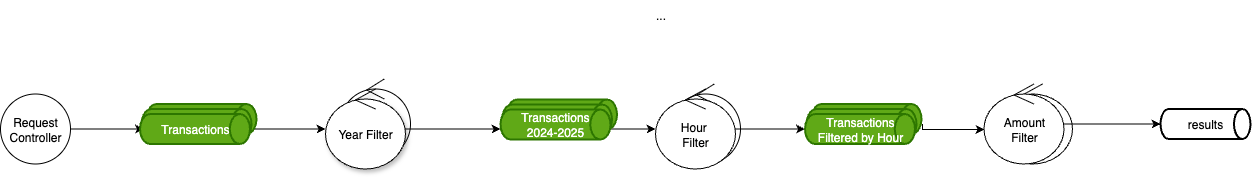
fiuba-distribuidos-2C2025/informe keeps this draw.io diagram as source/consulta1.png. Above is the earlier version. Source tidied: cells renumbered, new cells last; positions are measured from the earlier drawing's top-left corner, leaving out a move shared by most shapes.
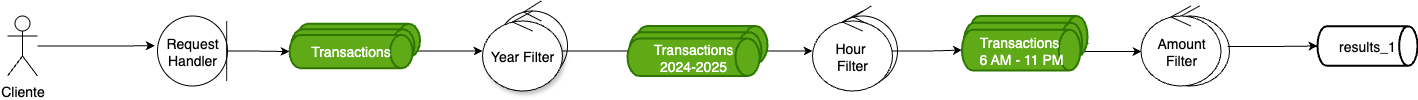
After the change.

The edit, as a diff of the source:
```diff
@@ -2,45 +2,43 @@
   <root>
     <mxCell id="0" />
     <mxCell id="1" parent="0" />
-    <mxCell id="2" style="whiteSpace=wrap;html=1;shape=umlControl;perimeter=ellipsePerimeter;" parent="1" vertex="1">
+    <mxCell id="2" style="whiteSpace=wrap;html=1;shape=umlControl;perimeter=ellipsePerimeter;fontSize=14;" parent="1" vertex="1">
       <mxGeometry x="992" y="84.5" width="80" height="80" as="geometry" />
     </mxCell>
-    <mxCell id="3" style="ellipse;shape=umlControl;whiteSpace=wrap;html=1;" parent="1" vertex="1">
+    <mxCell id="3" style="ellipse;shape=umlControl;whiteSpace=wrap;html=1;fontSize=14;" parent="1" vertex="1">
       <mxGeometry x="670" y="84.5" width="70" height="80" as="geometry" />
     </mxCell>
-    <mxCell id="4" style="ellipse;shape=umlControl;whiteSpace=wrap;html=1;" parent="1" vertex="1">
+    <mxCell id="4" style="ellipse;shape=umlControl;whiteSpace=wrap;html=1;fontSize=14;" parent="1" vertex="1">
       <mxGeometry x="340" y="79.5" width="70" height="80" as="geometry" />
     </mxCell>
-    <mxCell id="5" value="Request&lt;div&gt;Controller&lt;/div&gt;" style="ellipse;whiteSpace=wrap;html=1;" parent="1" vertex="1">
+    <mxCell id="5" value="Request&lt;div&gt;Handler&lt;/div&gt;" style="ellipse;whiteSpace=wrap;html=1;fontSize=14;" parent="1" vertex="1">
       <mxGeometry y="94.5" width="70" height="70" as="geometry" />
     </mxCell>
-    <mxCell id="6" style="endArrow=classic;html=1;rounded=0;exitX=1;exitY=0.5;exitDx=0;exitDy=0;entryX=0;entryY=0.5;entryDx=0;entryDy=0;entryPerimeter=0;edgeStyle=orthogonalEdgeStyle;" parent="1" edge="1" source="5">
-      <mxGeometry relative="1" as="geometry">
-        <mxPoint x="143.5" y="129.5" as="targetPoint" />
-      </mxGeometry>
+    <mxCell id="6" style="endArrow=classic;html=1;rounded=0;exitX=1;exitY=0.5;exitDx=0;exitDy=0;entryX=0;entryY=0.5;entryDx=0;entryDy=0;entryPerimeter=0;edgeStyle=orthogonalEdgeStyle;fontSize=14;" parent="1" edge="1" source="5" target="24">
+      <mxGeometry relative="1" as="geometry" />
     </mxCell>
-    <mxCell id="7" style="endArrow=classic;html=1;rounded=0;edgeStyle=orthogonalEdgeStyle;entryX=0;entryY=0.5;entryDx=0;entryDy=0;exitX=1;exitY=0.5;exitDx=0;exitDy=0;exitPerimeter=0;" parent="1" edge="1" target="8">
+    <mxCell id="7" style="endArrow=classic;html=1;rounded=0;edgeStyle=orthogonalEdgeStyle;entryX=0;entryY=0.5;entryDx=0;entryDy=0;exitX=1;exitY=0.5;exitDx=0;exitDy=0;exitPerimeter=0;fontSize=14;" parent="1" edge="1" target="8">
       <mxGeometry relative="1" as="geometry">
         <mxPoint x="253.5" y="129.5" as="sourcePoint" />
       </mxGeometry>
     </mxCell>
-    <mxCell id="8" value="Year Filter" style="whiteSpace=wrap;html=1;shadow=1;shape=umlControl;perimeter=ellipsePerimeter;" parent="1" vertex="1">
+    <mxCell id="8" value="Year Filter" style="whiteSpace=wrap;html=1;shadow=1;shape=umlControl;perimeter=ellipsePerimeter;fontSize=14;" parent="1" vertex="1">
       <mxGeometry x="325" y="89.5" width="80" height="80" as="geometry" />
     </mxCell>
-    <mxCell id="9" style="edgeStyle=orthogonalEdgeStyle;rounded=0;jettySize=auto;html=1;exitX=1;exitY=0.5;exitDx=0;exitDy=0;entryX=0;entryY=0.5;entryDx=0;entryDy=0;entryPerimeter=0;" parent="1" edge="1" source="8">
+    <mxCell id="9" style="edgeStyle=orthogonalEdgeStyle;rounded=0;jettySize=auto;html=1;exitX=1;exitY=0.5;exitDx=0;exitDy=0;entryX=0;entryY=0.5;entryDx=0;entryDy=0;entryPerimeter=0;fontSize=14;" parent="1" edge="1" source="8">
       <mxGeometry relative="1" as="geometry">
         <mxPoint x="500" y="129.5" as="targetPoint" />
       </mxGeometry>
     </mxCell>
-    <mxCell id="10" style="edgeStyle=orthogonalEdgeStyle;rounded=0;jettySize=auto;html=1;" parent="1" edge="1" target="15">
+    <mxCell id="10" style="edgeStyle=orthogonalEdgeStyle;rounded=0;jettySize=auto;html=1;fontSize=14;" parent="1" edge="1" target="15">
       <mxGeometry relative="1" as="geometry">
         <mxPoint x="610" y="129.5" as="sourcePoint" />
       </mxGeometry>
     </mxCell>
-    <mxCell id="11" value="Amount&lt;div&gt;Filter&lt;/div&gt;" style="whiteSpace=wrap;html=1;shape=umlControl;perimeter=ellipsePerimeter;" parent="1" vertex="1">
+    <mxCell id="11" value="Amount&lt;div&gt;Filter&lt;/div&gt;" style="whiteSpace=wrap;html=1;shape=umlControl;perimeter=ellipsePerimeter;fontSize=14;" parent="1" vertex="1">
       <mxGeometry x="983.5" y="84.5" width="80" height="80" as="geometry" />
     </mxCell>
-    <mxCell id="12" style="endArrow=classic;html=1;rounded=0;entryX=0.027;entryY=0.581;entryDx=0;entryDy=0;exitX=1.009;exitY=0.668;exitDx=0;exitDy=0;exitPerimeter=0;edgeStyle=orthogonalEdgeStyle;entryPerimeter=0;" parent="1" edge="1" source="19" target="11">
+    <mxCell id="12" style="endArrow=classic;html=1;rounded=0;entryX=0.027;entryY=0.581;entryDx=0;entryDy=0;exitX=1.009;exitY=0.668;exitDx=0;exitDy=0;exitPerimeter=0;edgeStyle=orthogonalEdgeStyle;entryPerimeter=0;fontSize=14;" parent="1" edge="1" source="18" target="11">
       <mxGeometry relative="1" as="geometry">
         <Array as="points">
           <mxPoint x="922" y="130" />
@@ -49,56 +47,67 @@
         </Array>
       </mxGeometry>
     </mxCell>
-    <mxCell id="13" style="endArrow=classic;html=1;rounded=0;exitX=1;exitY=0.5;exitDx=0;exitDy=0;entryX=0;entryY=0.5;entryDx=0;entryDy=0;entryPerimeter=0;edgeStyle=orthogonalEdgeStyle;" parent="1" edge="1" source="11" target="14">
-      <mxGeometry relative="1" as="geometry" />
+    <mxCell id="13" style="endArrow=classic;html=1;rounded=0;entryX=0;entryY=0.5;entryDx=0;entryDy=0;entryPerimeter=0;edgeStyle=orthogonalEdgeStyle;fontSize=14;" parent="1" edge="1" target="14">
+      <mxGeometry relative="1" as="geometry">
+        <mxPoint x="1070" y="125" as="sourcePoint" />
+      </mxGeometry>
     </mxCell>
-    <mxCell id="14" value="results" style="strokeWidth=2;html=1;shape=mxgraph.flowchart.direct_data;whiteSpace=wrap;" parent="1" vertex="1">
-      <mxGeometry x="1160" y="109.5" width="90" height="30" as="geometry" />
+    <mxCell id="14" value="results_1" style="strokeWidth=2;html=1;shape=mxgraph.flowchart.direct_data;whiteSpace=wrap;fontSize=14;" parent="1" vertex="1">
+      <mxGeometry x="1160" y="104.8" width="100" height="39.5" as="geometry" />
     </mxCell>
-    <mxCell id="15" value="Hour&amp;nbsp;&lt;div&gt;Filter&lt;/div&gt;" style="whiteSpace=wrap;html=1;shape=umlControl;perimeter=ellipsePerimeter;" parent="1" vertex="1">
+    <mxCell id="15" value="Hour&amp;nbsp;&lt;div&gt;Filter&lt;/div&gt;" style="whiteSpace=wrap;html=1;shape=umlControl;perimeter=ellipsePerimeter;fontSize=14;" parent="1" vertex="1">
       <mxGeometry x="655" y="89.5" width="80" height="80" as="geometry" />
     </mxCell>
-    <mxCell id="16" style="endArrow=classic;html=1;rounded=0;entryX=0;entryY=0.5;entryDx=0;entryDy=0;exitX=1;exitY=0.5;exitDx=0;exitDy=0;exitPerimeter=0;edgeStyle=orthogonalEdgeStyle;" parent="1" edge="1" source="15" target="21">
+    <mxCell id="16" style="endArrow=classic;html=1;rounded=0;entryX=0;entryY=0.5;entryDx=0;entryDy=0;exitX=1;exitY=0.5;exitDx=0;exitDy=0;exitPerimeter=0;edgeStyle=orthogonalEdgeStyle;fontSize=14;" parent="1" edge="1" source="15" target="20">
       <mxGeometry relative="1" as="geometry" />
     </mxCell>
-    <mxCell id="17" value="..." style="text;html=1;align=center;verticalAlign=middle;strokeColor=none;fillColor=none;" parent="1" vertex="1">
-      <mxGeometry x="645" y="0.5" width="30" height="30" as="geometry" />
+    <mxCell id="17" style="group;fontSize=14;" parent="1" vertex="1">
+      <mxGeometry x="804.5" y="94.5" width="125.5" height="54.5" as="geometry" />
     </mxCell>
-    <mxCell id="18" style="group;" parent="1" vertex="1">
-      <mxGeometry x="804.5" y="104.5" width="116.5" height="40" as="geometry" />
+    <mxCell id="18" style="strokeWidth=2;html=1;shape=mxgraph.flowchart.direct_data;whiteSpace=wrap;fillColor=#60a917;fontColor=#ffffff;strokeColor=#2D7600;fontSize=14;" parent="17" vertex="1">
+      <mxGeometry x="7" width="118.5" height="40.9" as="geometry" />
     </mxCell>
-    <mxCell id="19" style="strokeWidth=2;html=1;shape=mxgraph.flowchart.direct_data;whiteSpace=wrap;fillColor=#60a917;fontColor=#ffffff;strokeColor=#2D7600;" parent="18" vertex="1">
-      <mxGeometry x="6.5" width="110" height="30" as="geometry" />
+    <mxCell id="19" style="strokeWidth=2;html=1;shape=mxgraph.flowchart.direct_data;whiteSpace=wrap;fillColor=#60a917;fontColor=#ffffff;strokeColor=#2D7600;fontSize=14;" parent="17" vertex="1">
+      <mxGeometry x="1.6" y="6.8" width="118.5" height="40.9" as="geometry" />
     </mxCell>
-    <mxCell id="20" style="strokeWidth=2;html=1;shape=mxgraph.flowchart.direct_data;whiteSpace=wrap;fillColor=#60a917;fontColor=#ffffff;strokeColor=#2D7600;" parent="18" vertex="1">
-      <mxGeometry x="1.5" y="5" width="110" height="30" as="geometry" />
+    <mxCell id="20" value="Transactions&amp;nbsp;&lt;div&gt;6 AM - 11 PM&lt;/div&gt;" style="strokeWidth=2;html=1;shape=mxgraph.flowchart.direct_data;whiteSpace=wrap;fillColor=#60a917;fontColor=#ffffff;strokeColor=#2D7600;fontSize=14;" parent="17" vertex="1">
+      <mxGeometry y="13.6" width="118.5" height="40.9" as="geometry" />
     </mxCell>
-    <mxCell id="21" value="Transactions Filtered by Hour" style="strokeWidth=2;html=1;shape=mxgraph.flowchart.direct_data;whiteSpace=wrap;fillColor=#60a917;fontColor=#ffffff;strokeColor=#2D7600;" parent="18" vertex="1">
-      <mxGeometry y="10" width="110" height="30" as="geometry" />
+    <mxCell id="21" style="group;fontSize=14;" parent="1" vertex="1">
+      <mxGeometry x="132" y="102.2" width="130.5" height="44.5" as="geometry" />
     </mxCell>
-    <mxCell id="22" style="group;" parent="1" vertex="1">
-      <mxGeometry x="139.5" y="104.5" width="116.5" height="40" as="geometry" />
+    <mxCell id="22" style="strokeWidth=2;html=1;shape=mxgraph.flowchart.direct_data;whiteSpace=wrap;fillColor=#60a917;fontColor=#ffffff;strokeColor=#2D7600;fontSize=14;" parent="21" vertex="1">
+      <mxGeometry x="7.3" width="123.2" height="33.4" as="geometry" />
     </mxCell>
-    <mxCell id="23" style="strokeWidth=2;html=1;shape=mxgraph.flowchart.direct_data;whiteSpace=wrap;fillColor=#60a917;fontColor=#ffffff;strokeColor=#2D7600;" parent="22" vertex="1">
-      <mxGeometry x="6.5" width="110" height="30" as="geometry" />
+    <mxCell id="23" style="strokeWidth=2;html=1;shape=mxgraph.flowchart.direct_data;whiteSpace=wrap;fillColor=#60a917;fontColor=#ffffff;strokeColor=#2D7600;fontSize=14;" parent="21" vertex="1">
+      <mxGeometry x="1.7" y="5.6" width="123.2" height="33.4" as="geometry" />
     </mxCell>
-    <mxCell id="24" style="strokeWidth=2;html=1;shape=mxgraph.flowchart.direct_data;whiteSpace=wrap;fillColor=#60a917;fontColor=#ffffff;strokeColor=#2D7600;" parent="22" vertex="1">
-      <mxGeometry x="1.5" y="5" width="110" height="30" as="geometry" />
+    <mxCell id="24" value="Transactions" style="strokeWidth=2;html=1;shape=mxgraph.flowchart.direct_data;whiteSpace=wrap;fillColor=#60a917;fontColor=#ffffff;strokeColor=#2D7600;fontSize=14;" parent="21" vertex="1">
+      <mxGeometry y="11.1" width="123.2" height="33.4" as="geometry" />
     </mxCell>
-    <mxCell id="25" value="Transactions" style="strokeWidth=2;html=1;shape=mxgraph.flowchart.direct_data;whiteSpace=wrap;fillColor=#60a917;fontColor=#ffffff;strokeColor=#2D7600;" parent="22" vertex="1">
-      <mxGeometry y="10" width="110" height="30" as="geometry" />
+    <mxCell id="25" style="group;fontSize=14;" parent="1" vertex="1">
+      <mxGeometry x="470" y="104.5" width="140" height="50" as="geometry" />
     </mxCell>
-    <mxCell id="26" style="group;" parent="1" vertex="1">
-      <mxGeometry x="500" y="100" width="116.5" height="40" as="geometry" />
+    <mxCell id="26" style="strokeWidth=2;html=1;shape=mxgraph.flowchart.direct_data;whiteSpace=wrap;fillColor=#60a917;fontColor=#ffffff;strokeColor=#2D7600;fontSize=14;" parent="25" vertex="1">
+      <mxGeometry x="7.8" width="132.2" height="37.5" as="geometry" />
     </mxCell>
-    <mxCell id="27" style="strokeWidth=2;html=1;shape=mxgraph.flowchart.direct_data;whiteSpace=wrap;fillColor=#60a917;fontColor=#ffffff;strokeColor=#2D7600;" parent="26" vertex="1">
-      <mxGeometry x="6.5" width="110" height="30" as="geometry" />
+    <mxCell id="27" style="strokeWidth=2;html=1;shape=mxgraph.flowchart.direct_data;whiteSpace=wrap;fillColor=#60a917;fontColor=#ffffff;strokeColor=#2D7600;fontSize=14;" parent="25" vertex="1">
+      <mxGeometry x="1.8" y="6.2" width="132.2" height="37.5" as="geometry" />
     </mxCell>
-    <mxCell id="28" style="strokeWidth=2;html=1;shape=mxgraph.flowchart.direct_data;whiteSpace=wrap;fillColor=#60a917;fontColor=#ffffff;strokeColor=#2D7600;" parent="26" vertex="1">
-      <mxGeometry x="1.5" y="5" width="110" height="30" as="geometry" />
+    <mxCell id="28" value="Transactions&lt;div&gt;2024-2025&lt;/div&gt;" style="strokeWidth=2;html=1;shape=mxgraph.flowchart.direct_data;whiteSpace=wrap;fillColor=#60a917;fontColor=#ffffff;strokeColor=#2D7600;fontSize=14;" parent="25" vertex="1">
+      <mxGeometry y="12.5" width="132.2" height="37.5" as="geometry" />
     </mxCell>
-    <mxCell id="29" value="Transactions&lt;div&gt;2024-2025&lt;/div&gt;" style="strokeWidth=2;html=1;shape=mxgraph.flowchart.direct_data;whiteSpace=wrap;fillColor=#60a917;fontColor=#ffffff;strokeColor=#2D7600;" parent="26" vertex="1">
-      <mxGeometry y="10" width="110" height="30" as="geometry" />
+    <mxCell id="29" value="Cliente" style="shape=umlActor;verticalLabelPosition=bottom;verticalAlign=top;html=1;outlineConnect=0;fontSize=14;" parent="1" vertex="1">
+      <mxGeometry x="-150" y="94.5" width="30" height="60" as="geometry" />
     </mxCell>
+    <mxCell id="30" style="edgeStyle=orthogonalEdgeStyle;rounded=0;jettySize=auto;html=1;entryX=-0.038;entryY=0.425;entryDx=0;entryDy=0;entryPerimeter=0;" parent="1" edge="1" source="29" target="5">
+      <mxGeometry relative="1" as="geometry" />
+    </mxCell>
+    <mxCell id="31" style="endArrow=none;html=1;rounded=0;fontSize=14;" parent="1" edge="1">
+      <mxGeometry relative="1" as="geometry">
+        <mxPoint x="69.2" y="159.5" as="sourcePoint" />
+        <mxPoint x="69.2" y="99.5" as="targetPoint" />
+      </mxGeometry>
+    </mxCell>
   </root>
 </mxGraphModel>
```
